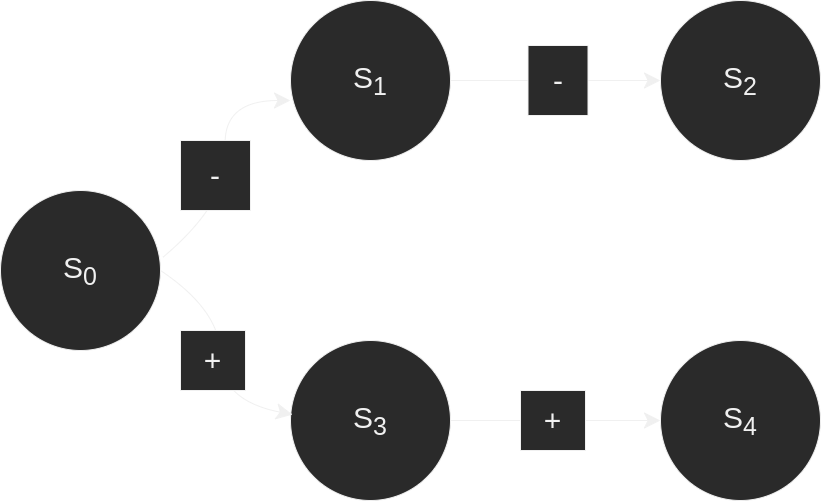
The draw.io diagram transition_diagrams/postop_transition_diagram.png in nicholicaron/CMU_compilers, before a commit. Source tidied: cells renumbered, new cells last; positions are measured from the earlier drawing's top-left corner, leaving out a move shared by most shapes. Source of this version:
```xml
<mxGraphModel math="1">
  <root>
    <mxCell id="0" />
    <mxCell id="1" parent="0" />
    <mxCell id="2" value="&lt;font style=&quot;font-size: 30px;&quot;&gt;S&lt;sub&gt;0&lt;/sub&gt;&lt;/font&gt;" style="ellipse;whiteSpace=wrap;html=1;hachureGap=4;" parent="1" vertex="1">
      <mxGeometry y="190" width="160" height="160" as="geometry" />
    </mxCell>
    <mxCell id="3" value="&lt;font style=&quot;font-size: 30px;&quot;&gt;S&lt;sub&gt;3&lt;/sub&gt;&lt;/font&gt;" style="ellipse;whiteSpace=wrap;html=1;hachureGap=4;" parent="1" vertex="1">
      <mxGeometry x="290" y="340" width="160" height="160" as="geometry" />
    </mxCell>
    <mxCell id="4" value="&lt;font style=&quot;font-size: 30px;&quot;&gt;S&lt;sub&gt;1&lt;/sub&gt;&lt;/font&gt;" style="ellipse;whiteSpace=wrap;html=1;hachureGap=4;" parent="1" vertex="1">
      <mxGeometry x="290" width="160" height="160" as="geometry" />
    </mxCell>
    <mxCell id="5" value="&lt;font style=&quot;font-size: 30px;&quot;&gt;S&lt;sub&gt;4&lt;/sub&gt;&lt;/font&gt;" style="ellipse;whiteSpace=wrap;html=1;hachureGap=4;" parent="1" vertex="1">
      <mxGeometry x="660" y="340" width="160" height="160" as="geometry" />
    </mxCell>
    <mxCell id="6" value="&lt;font style=&quot;font-size: 30px;&quot;&gt;S&lt;sub&gt;2&lt;/sub&gt;&lt;/font&gt;" style="ellipse;whiteSpace=wrap;html=1;hachureGap=4;" parent="1" vertex="1">
      <mxGeometry x="660" width="160" height="160" as="geometry" />
    </mxCell>
    <mxCell id="7" style="endArrow=classic;html=1;rounded=0;fontSize=30;startSize=14;endSize=14;sourcePerimeterSpacing=8;targetPerimeterSpacing=8;curved=1;exitX=1.013;exitY=0.419;exitDx=0;exitDy=0;exitPerimeter=0;" parent="1" edge="1" source="2">
      <mxGeometry relative="1" as="geometry">
        <mxPoint x="290" y="100" as="targetPoint" />
        <Array as="points">
          <mxPoint x="230" y="200" />
          <mxPoint x="220" y="100" />
        </Array>
      </mxGeometry>
    </mxCell>
    <mxCell id="8" style="endArrow=classic;html=1;rounded=0;fontSize=30;startSize=14;endSize=14;sourcePerimeterSpacing=8;targetPerimeterSpacing=8;curved=1;entryX=0.013;entryY=0.463;entryDx=0;entryDy=0;entryPerimeter=0;exitX=1;exitY=0.5;exitDx=0;exitDy=0;" parent="1" edge="1" source="2" target="3">
      <mxGeometry relative="1" as="geometry">
        <Array as="points">
          <mxPoint x="220" y="310" />
          <mxPoint x="220" y="400" />
        </Array>
      </mxGeometry>
    </mxCell>
    <mxCell id="9" style="endArrow=classic;html=1;rounded=0;fontSize=30;startSize=14;endSize=14;targetPerimeterSpacing=8;curved=1;entryX=0;entryY=0.5;entryDx=0;entryDy=0;exitX=1;exitY=0.5;exitDx=0;exitDy=0;startArrow=none;" parent="1" edge="1" source="13" target="6">
      <mxGeometry relative="1" as="geometry" />
    </mxCell>
    <mxCell id="10" style="endArrow=classic;html=1;rounded=0;fontSize=30;startSize=14;endSize=14;targetPerimeterSpacing=8;curved=1;exitX=1;exitY=0.5;exitDx=0;exitDy=0;entryX=0;entryY=0.5;entryDx=0;entryDy=0;startArrow=none;" parent="1" edge="1" source="15" target="5">
      <mxGeometry relative="1" as="geometry" />
    </mxCell>
    <mxCell id="11" value="&lt;span style=&quot;font-size: 30px;&quot;&gt;-&lt;/span&gt;" style="rounded=0;whiteSpace=wrap;html=1;hachureGap=4;" parent="1" vertex="1">
      <mxGeometry x="180" y="140" width="70" height="70" as="geometry" />
    </mxCell>
    <mxCell id="12" value="&lt;span style=&quot;font-size: 30px;&quot;&gt;+&lt;/span&gt;" style="rounded=0;whiteSpace=wrap;html=1;hachureGap=4;" parent="1" vertex="1">
      <mxGeometry x="180" y="330" width="65" height="60" as="geometry" />
    </mxCell>
    <mxCell id="13" value="&lt;span style=&quot;font-size: 30px;&quot;&gt;-&lt;/span&gt;" style="rounded=0;whiteSpace=wrap;html=1;hachureGap=4;" parent="1" vertex="1">
      <mxGeometry x="527.5" y="45" width="60" height="70" as="geometry" />
    </mxCell>
    <mxCell id="14" style="endArrow=none;html=1;rounded=0;fontSize=30;startSize=14;endSize=14;sourcePerimeterSpacing=8;curved=1;entryX=0;entryY=0.5;entryDx=0;entryDy=0;exitX=1;exitY=0.5;exitDx=0;exitDy=0;" parent="1" edge="1" source="4" target="13">
      <mxGeometry relative="1" as="geometry" />
    </mxCell>
    <mxCell id="15" value="&lt;span style=&quot;font-size: 30px;&quot;&gt;+&lt;/span&gt;" style="rounded=0;whiteSpace=wrap;html=1;hachureGap=4;" parent="1" vertex="1">
      <mxGeometry x="520" y="390" width="65" height="60" as="geometry" />
    </mxCell>
    <mxCell id="16" style="endArrow=none;html=1;rounded=0;fontSize=30;startSize=14;endSize=14;sourcePerimeterSpacing=8;curved=1;exitX=1;exitY=0.5;exitDx=0;exitDy=0;entryX=0;entryY=0.5;entryDx=0;entryDy=0;" parent="1" edge="1" source="3" target="15">
      <mxGeometry relative="1" as="geometry" />
    </mxCell>
  </root>
</mxGraphModel>
```
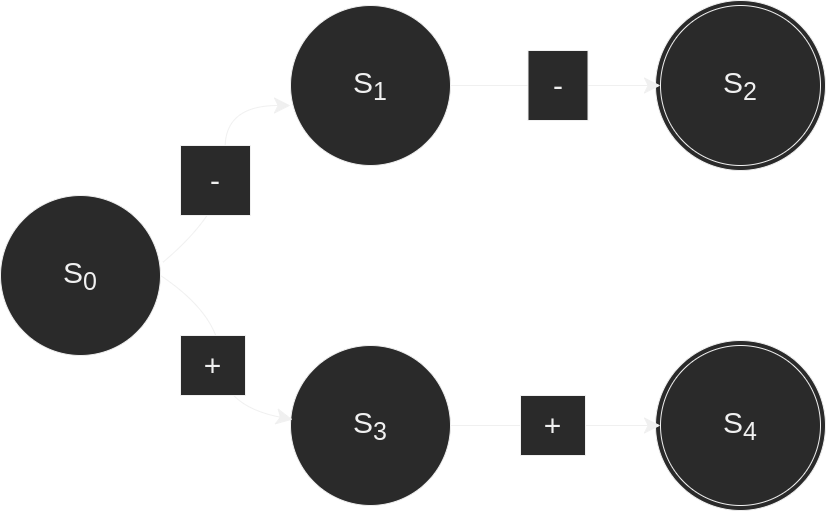
The same diagram one commit later.

Commit message:
Added transition diagrams

Diff of the diagram source:
```diff
@@ -2,6 +2,12 @@
   <root>
     <mxCell id="0" />
     <mxCell id="1" parent="0" />
+    <mxCell id="17" style="ellipse;whiteSpace=wrap;html=1;hachureGap=4;" parent="1" vertex="1">
+      <mxGeometry x="655" y="-5" width="170" height="170" as="geometry" />
+    </mxCell>
+    <mxCell id="18" style="ellipse;whiteSpace=wrap;html=1;hachureGap=4;" parent="1" vertex="1">
+      <mxGeometry x="655" y="335" width="170" height="170" as="geometry" />
+    </mxCell>
     <mxCell id="2" value="&lt;font style=&quot;font-size: 30px;&quot;&gt;S&lt;sub&gt;0&lt;/sub&gt;&lt;/font&gt;" style="ellipse;whiteSpace=wrap;html=1;hachureGap=4;" parent="1" vertex="1">
       <mxGeometry y="190" width="160" height="160" as="geometry" />
     </mxCell>
```
